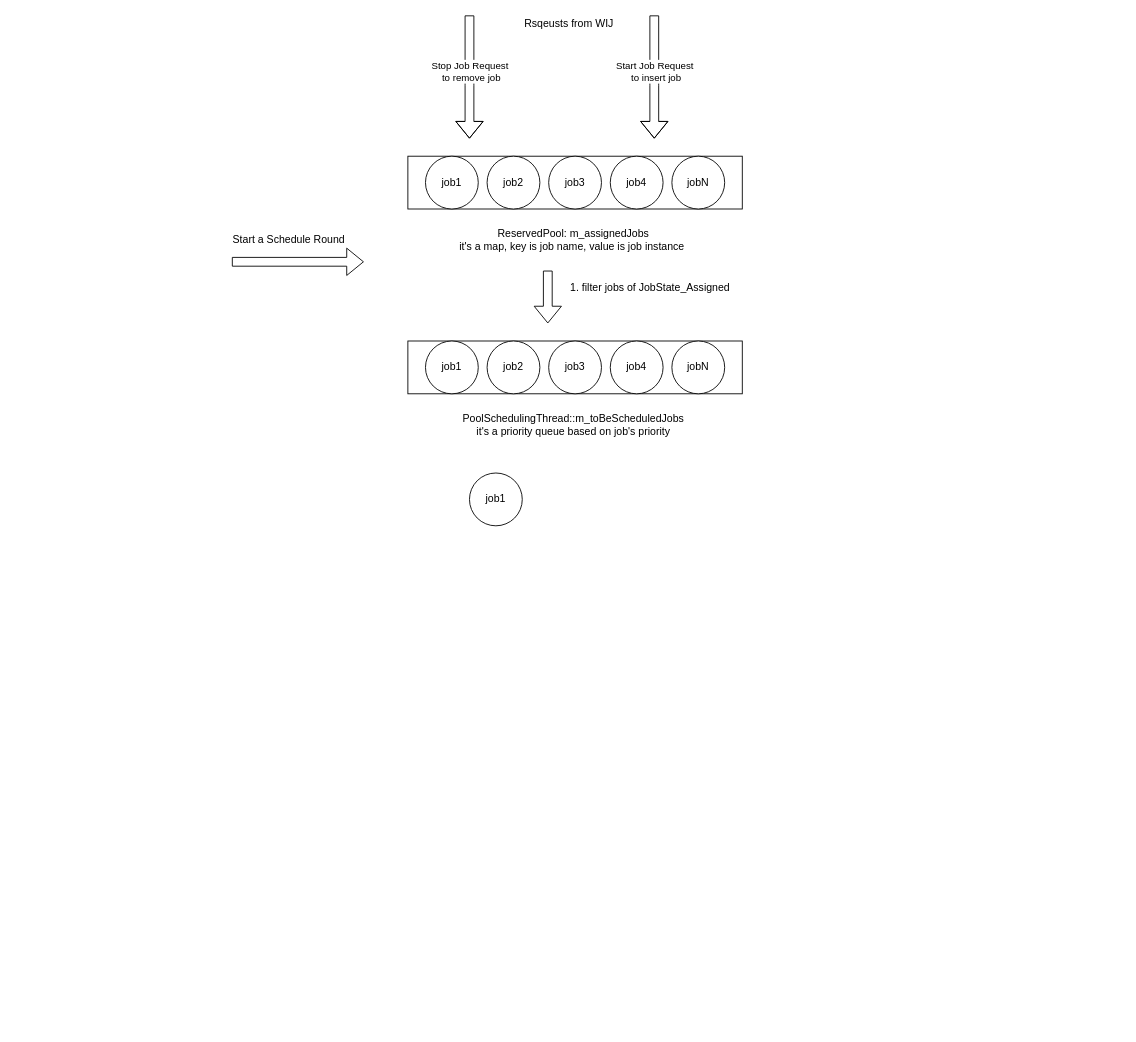
Earlier version of the draw.io diagram picture/job priority queue.drawio (yuyilei/Daily-Notes). Source tidied: cells renumbered, new cells numbered last; positions are measured from the earlier drawing's top-left corner, leaving out a move shared by most shapes. Both pictures are drawn from the tidied source at 88%, with x=0, y=0 at pixel (214, 15).
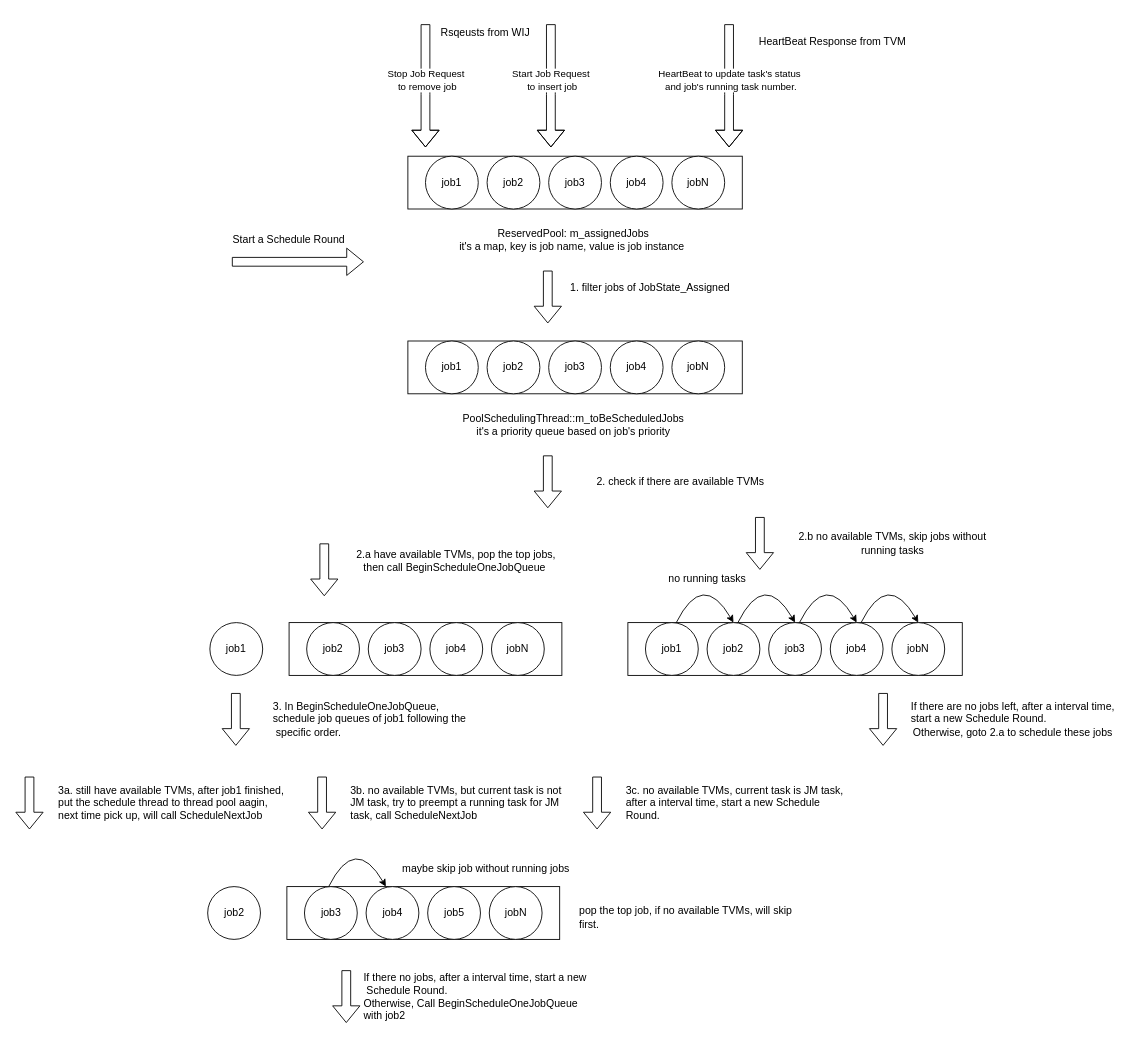
After the change.

Change to the diagram source:
```diff
@@
     <mxCell id="9" style="shape=flexArrow;endArrow=classic;html=1;" parent="1" edge="1">
       <mxGeometry relative="1" as="geometry">
-        <mxPoint x="290" as="sourcePoint" />
-        <mxPoint x="290" y="140" as="targetPoint" />
+        <mxPoint x="240" y="10" as="sourcePoint" />
+        <mxPoint x="240" y="150" as="targetPoint" />
         <Array as="points">
-          <mxPoint x="290" y="80" />
+          <mxPoint x="240" y="90" />
         </Array>
       </mxGeometry>
     </mxCell>
@@
     <mxCell id="11" style="shape=flexArrow;endArrow=classic;html=1;" parent="1" edge="1">
       <mxGeometry relative="1" as="geometry">
-        <mxPoint x="500" as="sourcePoint" />
-        <mxPoint x="500" y="140" as="targetPoint" />
+        <mxPoint x="382.5" y="10" as="sourcePoint" />
+        <mxPoint x="382.5" y="150" as="targetPoint" />
         <Array as="points">
-          <mxPoint x="500" y="80" />
+          <mxPoint x="382.5" y="90" />
         </Array>
       </mxGeometry>
     </mxCell>
@@
     <mxCell id="13" value="Rsqeusts from WIJ&amp;nbsp;" style="text;html=1;strokeColor=none;fillColor=none;align=center;verticalAlign=middle;whiteSpace=wrap;rounded=0;" parent="1" vertex="1">
-      <mxGeometry x="350" width="110" height="20" as="geometry" />
+      <mxGeometry x="255" y="10" width="110" height="20" as="geometry" />
     </mxCell>
@@
-    <mxCell id="23" value="job1" style="ellipse;whiteSpace=wrap;html=1;" parent="1" vertex="1">
-      <mxGeometry x="290" y="520" width="60" height="60" as="geometry" />
-    </mxCell>
@@
+    <mxCell id="26" style="rounded=0;whiteSpace=wrap;html=1;" parent="1" vertex="1">
+      <mxGeometry x="470" y="690" width="380" height="60" as="geometry" />
+    </mxCell>
+    <mxCell id="27" value="job1" style="ellipse;whiteSpace=wrap;html=1;" parent="1" vertex="1">
+      <mxGeometry x="490" y="690" width="60" height="60" as="geometry" />
+    </mxCell>
+    <mxCell id="28" value="job2" style="ellipse;whiteSpace=wrap;html=1;" parent="1" vertex="1">
+      <mxGeometry x="560" y="690" width="60" height="60" as="geometry" />
+    </mxCell>
+    <mxCell id="29" value="job3" style="ellipse;whiteSpace=wrap;html=1;" parent="1" vertex="1">
+      <mxGeometry x="630" y="690" width="60" height="60" as="geometry" />
+    </mxCell>
+    <mxCell id="30" value="job4" style="ellipse;whiteSpace=wrap;html=1;" parent="1" vertex="1">
+      <mxGeometry x="700" y="690" width="60" height="60" as="geometry" />
+    </mxCell>
+    <mxCell id="31" value="jobN" style="ellipse;whiteSpace=wrap;html=1;" parent="1" vertex="1">
+      <mxGeometry x="770" y="690" width="60" height="60" as="geometry" />
+    </mxCell>
+    <mxCell id="32" style="curved=1;endArrow=classic;html=1;entryX=0.5;entryY=0;entryDx=0;entryDy=0;" parent="1" edge="1" target="28">
+      <mxGeometry relative="1" as="geometry">
+        <mxPoint x="525" y="690" as="sourcePoint" />
+        <Array as="points">
+          <mxPoint x="555" y="630" />
+        </Array>
+      </mxGeometry>
+    </mxCell>
+    <mxCell id="33" style="curved=1;endArrow=classic;html=1;entryX=0.5;entryY=0;entryDx=0;entryDy=0;" parent="1" edge="1">
+      <mxGeometry relative="1" as="geometry">
+        <mxPoint x="595" y="690" as="sourcePoint" />
+        <mxPoint x="660" y="690" as="targetPoint" />
+        <Array as="points">
+          <mxPoint x="625" y="630" />
+        </Array>
+      </mxGeometry>
+    </mxCell>
+    <mxCell id="34" style="curved=1;endArrow=classic;html=1;entryX=0.5;entryY=0;entryDx=0;entryDy=0;" parent="1" edge="1">
+      <mxGeometry relative="1" as="geometry">
+        <mxPoint x="665" y="690" as="sourcePoint" />
+        <mxPoint x="730" y="690" as="targetPoint" />
+        <Array as="points">
+          <mxPoint x="695" y="630" />
+        </Array>
+      </mxGeometry>
+    </mxCell>
+    <mxCell id="35" style="curved=1;endArrow=classic;html=1;entryX=0.5;entryY=0;entryDx=0;entryDy=0;" parent="1" edge="1">
+      <mxGeometry relative="1" as="geometry">
+        <mxPoint x="735" y="690" as="sourcePoint" />
+        <mxPoint x="800" y="690" as="targetPoint" />
+        <Array as="points">
+          <mxPoint x="765" y="630" />
+        </Array>
+      </mxGeometry>
+    </mxCell>
+    <mxCell id="36" style="shape=flexArrow;endArrow=classic;html=1;" parent="1" edge="1">
+      <mxGeometry relative="1" as="geometry">
+        <mxPoint x="379" y="500" as="sourcePoint" />
+        <mxPoint x="379" y="560" as="targetPoint" />
+      </mxGeometry>
+    </mxCell>
+    <mxCell id="37" value="2. check if there are available TVMs" style="text;html=1;strokeColor=none;fillColor=none;align=center;verticalAlign=middle;whiteSpace=wrap;rounded=0;" parent="1" vertex="1">
+      <mxGeometry x="410" y="510" width="240" height="40" as="geometry" />
+    </mxCell>
+    <mxCell id="38" value="no running tasks" style="text;html=1;align=center;verticalAlign=middle;" parent="1" vertex="1">
+      <mxGeometry x="510" y="630" width="100" height="20" as="geometry" />
+    </mxCell>
+    <mxCell id="39" style="shape=flexArrow;endArrow=classic;html=1;" parent="1" edge="1">
+      <mxGeometry relative="1" as="geometry">
+        <mxPoint x="620" y="570" as="sourcePoint" />
+        <mxPoint x="620" y="630" as="targetPoint" />
+      </mxGeometry>
+    </mxCell>
+    <mxCell id="40" value="2.b no available TVMs, skip jobs without running tasks" style="text;html=1;strokeColor=none;fillColor=none;align=center;verticalAlign=middle;whiteSpace=wrap;rounded=0;" parent="1" vertex="1">
+      <mxGeometry x="651" y="580" width="240" height="40" as="geometry" />
+    </mxCell>
+    <mxCell id="41" style="shape=flexArrow;endArrow=classic;html=1;" parent="1" edge="1">
+      <mxGeometry relative="1" as="geometry">
+        <mxPoint x="760" y="770" as="sourcePoint" />
+        <mxPoint x="760" y="830" as="targetPoint" />
+      </mxGeometry>
+    </mxCell>
+    <mxCell id="42" value="&lt;div style=&quot;text-align: left&quot;&gt;&lt;span&gt;If there are no jobs left, after a interval time, start a new Schedule Round.&amp;nbsp;&lt;/span&gt;&lt;/div&gt;Otherwise, goto 2.a to schedule these jobs&amp;nbsp;&amp;nbsp;" style="text;html=1;strokeColor=none;fillColor=none;align=center;verticalAlign=middle;whiteSpace=wrap;rounded=0;" parent="1" vertex="1">
+      <mxGeometry x="791" y="780" width="240" height="40" as="geometry" />
+    </mxCell>
+    <mxCell id="43" style="rounded=0;whiteSpace=wrap;html=1;" parent="1" vertex="1">
+      <mxGeometry x="85" y="690" width="310" height="60" as="geometry" />
+    </mxCell>
+    <mxCell id="44" value="job1" style="ellipse;whiteSpace=wrap;html=1;" parent="1" vertex="1">
+      <mxGeometry x="-5" y="690" width="60" height="60" as="geometry" />
+    </mxCell>
+    <mxCell id="45" value="job2" style="ellipse;whiteSpace=wrap;html=1;" parent="1" vertex="1">
+      <mxGeometry x="105" y="690" width="60" height="60" as="geometry" />
+    </mxCell>
+    <mxCell id="46" value="job3" style="ellipse;whiteSpace=wrap;html=1;" parent="1" vertex="1">
+      <mxGeometry x="175" y="690" width="60" height="60" as="geometry" />
+    </mxCell>
+    <mxCell id="47" value="job4" style="ellipse;whiteSpace=wrap;html=1;" parent="1" vertex="1">
+      <mxGeometry x="245" y="690" width="60" height="60" as="geometry" />
+    </mxCell>
+    <mxCell id="48" value="jobN" style="ellipse;whiteSpace=wrap;html=1;" parent="1" vertex="1">
+      <mxGeometry x="315" y="690" width="60" height="60" as="geometry" />
+    </mxCell>
+    <mxCell id="49" style="shape=flexArrow;endArrow=classic;html=1;" parent="1" edge="1">
+      <mxGeometry relative="1" as="geometry">
+        <mxPoint x="125" y="600" as="sourcePoint" />
+        <mxPoint x="125" y="660" as="targetPoint" />
+      </mxGeometry>
+    </mxCell>
+    <mxCell id="50" value="2.a have available TVMs, pop the top jobs, then call BeginScheduleOneJobQueue&amp;nbsp;" style="text;html=1;strokeColor=none;fillColor=none;align=center;verticalAlign=middle;whiteSpace=wrap;rounded=0;" parent="1" vertex="1">
+      <mxGeometry x="155" y="600" width="240" height="40" as="geometry" />
+    </mxCell>
+    <mxCell id="51" style="shape=flexArrow;endArrow=classic;html=1;" parent="1" edge="1">
+      <mxGeometry relative="1" as="geometry">
+        <mxPoint x="24.5" y="770" as="sourcePoint" />
+        <mxPoint x="24.5" y="830" as="targetPoint" />
+      </mxGeometry>
+    </mxCell>
+    <mxCell id="52" value="3. In BeginScheduleOneJobQueue, schedule job queues of job1 following the&amp;nbsp; &amp;nbsp;specific order." style="text;html=1;strokeColor=none;fillColor=none;align=left;verticalAlign=middle;whiteSpace=wrap;rounded=0;" parent="1" vertex="1">
+      <mxGeometry x="65" y="780" width="240" height="40" as="geometry" />
+    </mxCell>
+    <mxCell id="53" style="shape=flexArrow;endArrow=classic;html=1;" parent="1" edge="1">
+      <mxGeometry relative="1" as="geometry">
+        <mxPoint x="150" y="1085" as="sourcePoint" />
+        <mxPoint x="150" y="1145" as="targetPoint" />
+      </mxGeometry>
+    </mxCell>
+    <mxCell id="54" value="If there no jobs, after a interval time, start a new&amp;nbsp; &amp;nbsp;Schedule Round.&lt;br&gt;Otherwise,&amp;nbsp;Call BeginScheduleOneJobQueue with job2&amp;nbsp;" style="text;html=1;strokeColor=none;fillColor=none;align=left;verticalAlign=middle;whiteSpace=wrap;rounded=0;" parent="1" vertex="1">
+      <mxGeometry x="167.5" y="1080" width="259.5" height="70" as="geometry" />
+    </mxCell>
+    <mxCell id="55" style="shape=flexArrow;endArrow=classic;html=1;" parent="1" edge="1">
+      <mxGeometry relative="1" as="geometry">
+        <mxPoint x="122.5" y="865" as="sourcePoint" />
+        <mxPoint x="122.5" y="925" as="targetPoint" />
+      </mxGeometry>
+    </mxCell>
+    <mxCell id="56" value="3b. no available TVMs, but current task is not JM task, try to preempt a running task for JM task, call ScheduleNextJob" style="text;html=1;strokeColor=none;fillColor=none;align=left;verticalAlign=middle;whiteSpace=wrap;rounded=0;" parent="1" vertex="1">
+      <mxGeometry x="153" y="860" width="259.5" height="70" as="geometry" />
+    </mxCell>
+    <mxCell id="57" style="shape=flexArrow;endArrow=classic;html=1;" parent="1" edge="1">
+      <mxGeometry relative="1" as="geometry">
+        <mxPoint x="435" y="865" as="sourcePoint" />
+        <mxPoint x="435" y="925" as="targetPoint" />
+      </mxGeometry>
+    </mxCell>
+    <mxCell id="58" value="3c. no available TVMs, current task is JM task, after a interval time, start a new Schedule Round.&amp;nbsp;" style="text;html=1;strokeColor=none;fillColor=none;align=left;verticalAlign=middle;whiteSpace=wrap;rounded=0;" parent="1" vertex="1">
+      <mxGeometry x="465.5" y="860" width="258.5" height="70" as="geometry" />
+    </mxCell>
+    <mxCell id="59" style="rounded=0;whiteSpace=wrap;html=1;" parent="1" vertex="1">
+      <mxGeometry x="82.5" y="990" width="310" height="60" as="geometry" />
+    </mxCell>
+    <mxCell id="60" value="job2" style="ellipse;whiteSpace=wrap;html=1;" parent="1" vertex="1">
+      <mxGeometry x="-7.5" y="990" width="60" height="60" as="geometry" />
+    </mxCell>
+    <mxCell id="61" value="job3" style="ellipse;whiteSpace=wrap;html=1;" parent="1" vertex="1">
+      <mxGeometry x="102.5" y="990" width="60" height="60" as="geometry" />
+    </mxCell>
+    <mxCell id="62" value="job4" style="ellipse;whiteSpace=wrap;html=1;" parent="1" vertex="1">
+      <mxGeometry x="172.5" y="990" width="60" height="60" as="geometry" />
+    </mxCell>
+    <mxCell id="63" value="job5" style="ellipse;whiteSpace=wrap;html=1;" parent="1" vertex="1">
+      <mxGeometry x="242.5" y="990" width="60" height="60" as="geometry" />
+    </mxCell>
+    <mxCell id="64" value="jobN" style="ellipse;whiteSpace=wrap;html=1;" parent="1" vertex="1">
+      <mxGeometry x="312.5" y="990" width="60" height="60" as="geometry" />
+    </mxCell>
+    <mxCell id="65" style="curved=1;endArrow=classic;html=1;entryX=0.5;entryY=0;entryDx=0;entryDy=0;" parent="1" edge="1">
+      <mxGeometry relative="1" as="geometry">
+        <mxPoint x="130" y="990" as="sourcePoint" />
+        <mxPoint x="195" y="990" as="targetPoint" />
+        <Array as="points">
+          <mxPoint x="160" y="930" />
+        </Array>
+      </mxGeometry>
+    </mxCell>
+    <mxCell id="66" value="maybe skip job without running jobs" style="text;html=1;strokeColor=none;fillColor=none;align=center;verticalAlign=middle;whiteSpace=wrap;rounded=0;" parent="1" vertex="1">
+      <mxGeometry x="205" y="960" width="207.5" height="20" as="geometry" />
+    </mxCell>
+    <mxCell id="67" value="pop the top job, if no available TVMs, will skip first.&amp;nbsp;" style="text;html=1;strokeColor=none;fillColor=none;align=left;verticalAlign=middle;whiteSpace=wrap;rounded=0;" parent="1" vertex="1">
+      <mxGeometry x="412.5" y="990" width="259.5" height="70" as="geometry" />
+    </mxCell>
+    <mxCell id="68" style="shape=flexArrow;endArrow=classic;html=1;" parent="1" edge="1">
+      <mxGeometry relative="1" as="geometry">
+        <mxPoint x="585" y="10" as="sourcePoint" />
+        <mxPoint x="585" y="150" as="targetPoint" />
+        <Array as="points">
+          <mxPoint x="585" y="90" />
+        </Array>
+      </mxGeometry>
+    </mxCell>
+    <mxCell id="69" value="HeartBeat to update task's status&amp;nbsp;&lt;br&gt;and job's running task number." style="edgeLabel;html=1;align=center;verticalAlign=middle;" parent="68" vertex="1">
+      <mxGeometry x="0.14" y="17" relative="1" as="geometry">
+        <mxPoint x="-16" y="-17" as="offset" />
+      </mxGeometry>
+    </mxCell>
+    <mxCell id="70" value="HeartBeat Response from TVM&amp;nbsp;" style="text;html=1;strokeColor=none;fillColor=none;align=center;verticalAlign=middle;whiteSpace=wrap;rounded=0;" parent="1" vertex="1">
+      <mxGeometry x="610" y="20" width="189" height="20" as="geometry" />
+    </mxCell>
+    <mxCell id="71" style="shape=flexArrow;endArrow=classic;html=1;" parent="1" edge="1">
+      <mxGeometry relative="1" as="geometry">
+        <mxPoint x="-210" y="865" as="sourcePoint" />
+        <mxPoint x="-210" y="925" as="targetPoint" />
+      </mxGeometry>
+    </mxCell>
+    <mxCell id="72" value="3a. still have available TVMs, after job1 finished, put the schedule thread to thread pool aagin, next time pick up, will call ScheduleNextJob" style="text;html=1;strokeColor=none;fillColor=none;align=left;verticalAlign=middle;whiteSpace=wrap;rounded=0;" parent="1" vertex="1">
+      <mxGeometry x="-179.5" y="860" width="259.5" height="70" as="geometry" />
+    </mxCell>
```
